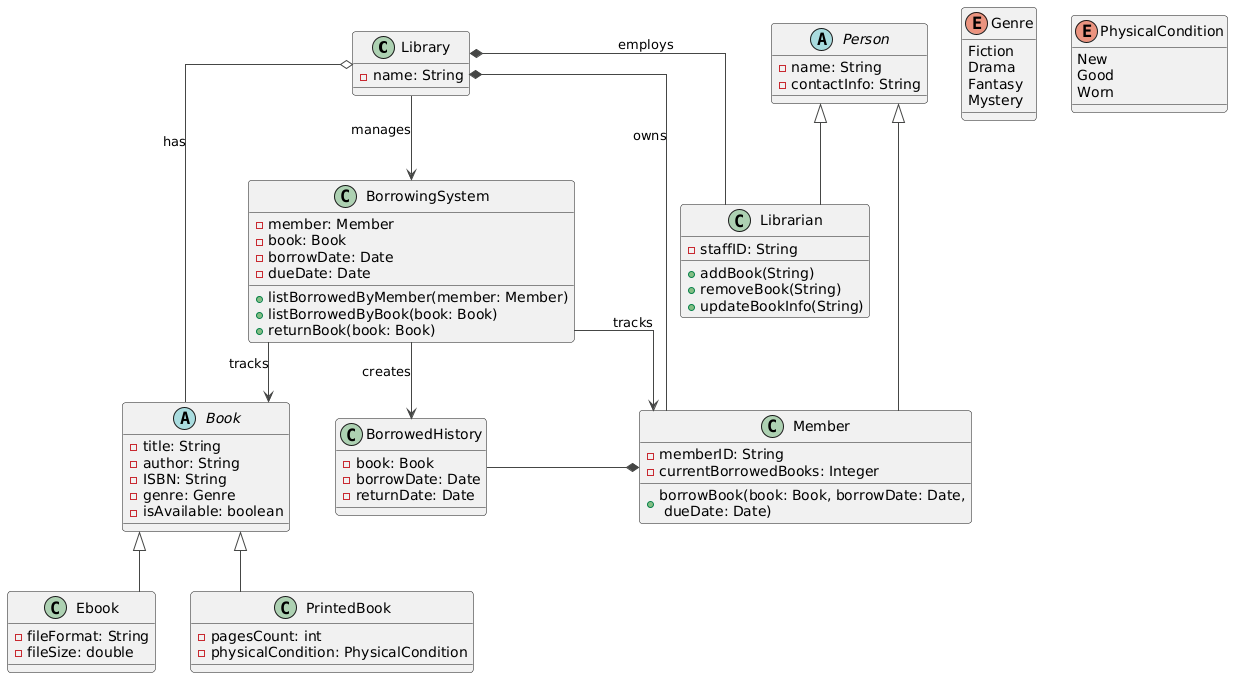
Before: lms_a4/classDiagram/uml.png, a diagram exported from PlantUML (lfdagm/lms).
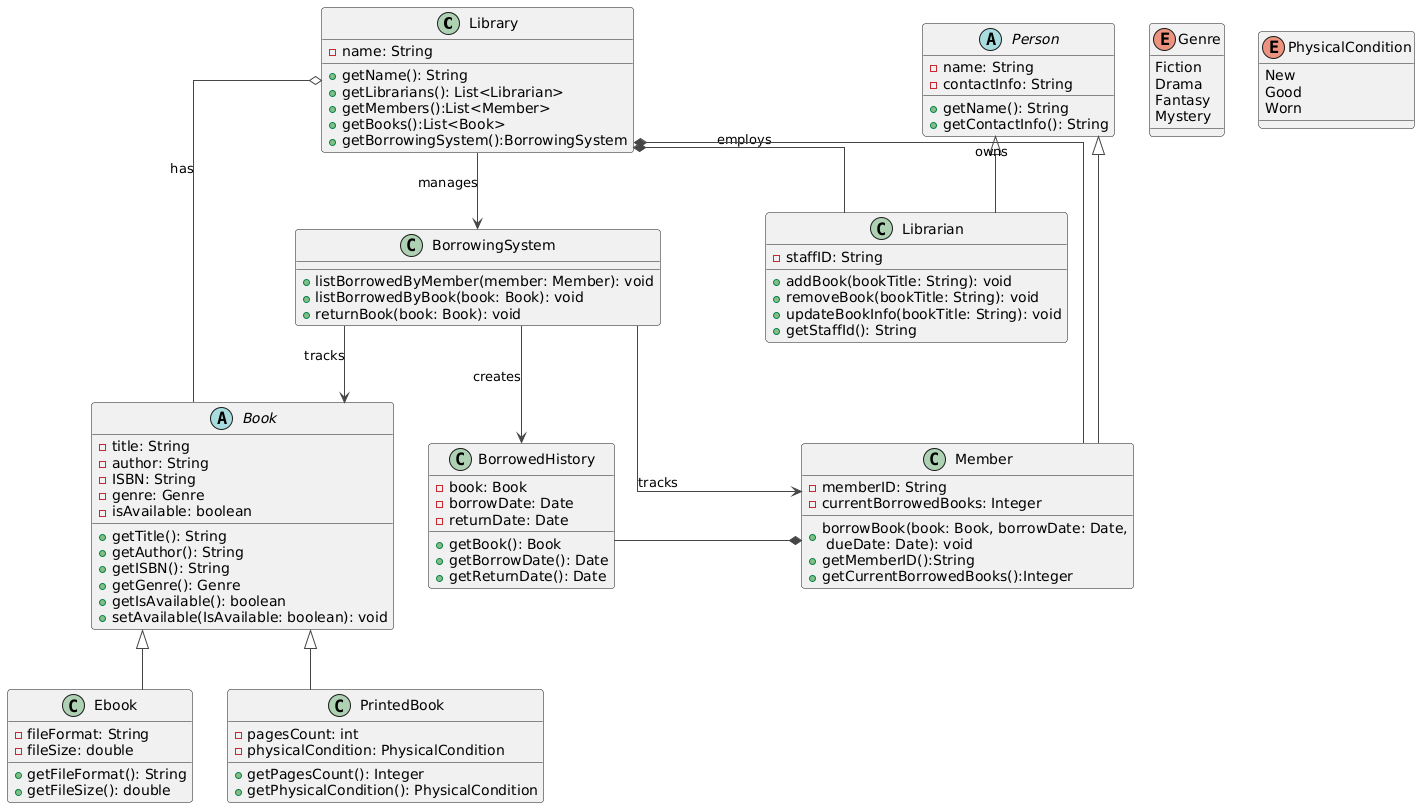
The same file after the commit.

Change to the diagram source:
```diff
@@ -5,6 +5,12 @@
 
 class Library {
     -name: String
+    +getName(): String
+    +getLibrarians(): List<Librarian>
+    +getMembers():List<Member>
+    +getBooks():List<Book>
+    +getBorrowingSystem():BorrowingSystem
+
 }
 
 abstract class Book {
@@ -13,6 +19,12 @@
     -ISBN: String
     -genre: Genre
     -isAvailable: boolean
+    +getTitle(): String
+    +getAuthor(): String
+    +getISBN(): String
+    +getGenre(): Genre
+    +getIsAvailable(): boolean
+    +setAvailable(IsAvailable: boolean): void
 }
 
 enum Genre {
@@ -25,11 +37,15 @@
 class Ebook {
     -fileFormat: String
     -fileSize: double
+    +getFileFormat(): String
+    +getFileSize(): double
 }
 
 class PrintedBook {
     -pagesCount: int
     -physicalCondition: PhysicalCondition
+    +getPagesCount(): Integer
+    +getPhysicalCondition(): PhysicalCondition
 }
 
 enum PhysicalCondition {
@@ -41,39 +57,47 @@
 abstract class Person {
     -name: String
     -contactInfo: String
+    +getName(): String
+    +getContactInfo(): String
 }
 
 class Librarian {
     -staffID: String
-    +addBook(String)
-    +removeBook(String)
-    +updateBookInfo(String)
+    +addBook(bookTitle: String): void
+    +removeBook(bookTitle: String): void
+    +updateBookInfo(bookTitle: String): void
+    +getStaffId(): String
 }
 
 class Member {
     -memberID: String
     -currentBorrowedBooks: Integer
-    +borrowBook(book: Book, borrowDate: Date,\n dueDate: Date)
+    +borrowBook(book: Book, borrowDate: Date,\n dueDate: Date): void
+    +getMemberID():String
+    +getCurrentBorrowedBooks():Integer
 }
 
 class BorrowedHistory {
     -book: Book
     -borrowDate: Date
     -returnDate: Date
+    +getBook(): Book
+    +getBorrowDate(): Date
+    +getReturnDate(): Date
 }
 
+
 class BorrowingSystem {
-    -member: Member
-    -book: Book
-    -borrowDate: Date
-    -dueDate: Date
-    +listBorrowedByMember(member: Member)
-    +listBorrowedByBook(book: Book)
-    +returnBook(book: Book)
+    +listBorrowedByMember(member: Member): void
+    +listBorrowedByBook(book: Book): void
+    +returnBook(book: Book): void
 }
 
 Book <|-- Ebook
 Book <|-- PrintedBook
+
+
+
 
 
 Person <|-- Librarian
```
